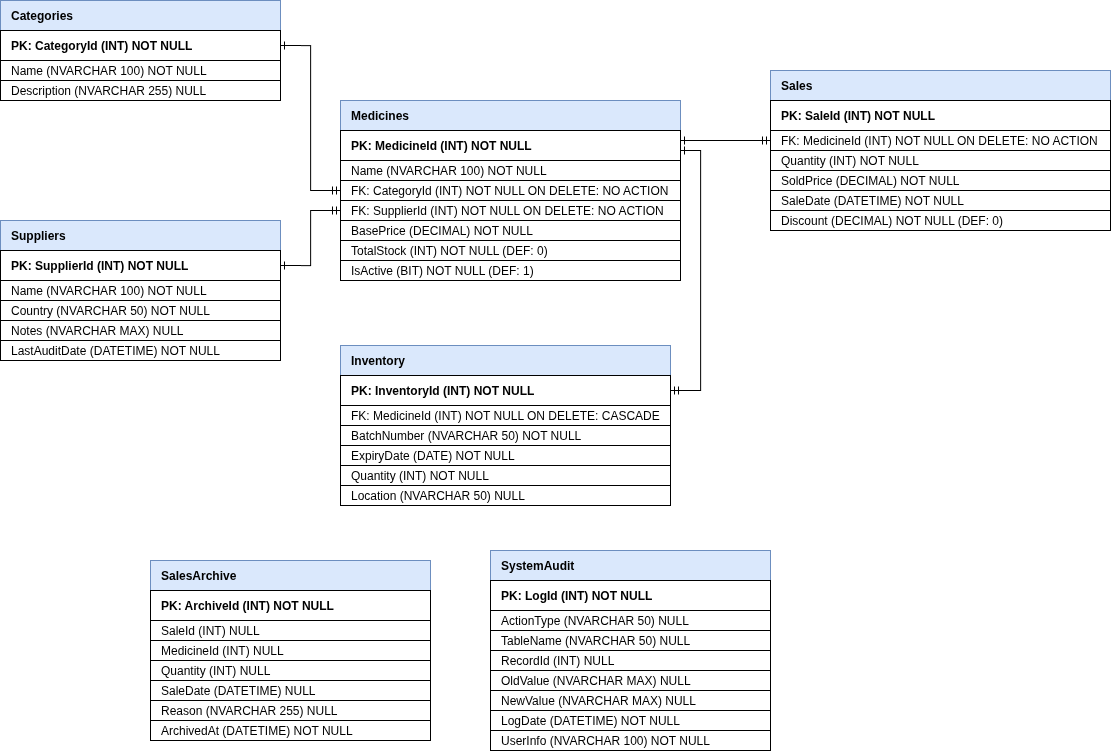
Earlier version of the draw.io export diagrams/Pharmacy_ERD_Simplified.drawio.png (NureSolokhaDanylo/PNET_Solokha_Danylo). Source tidied: cells renumbered, new cells last; positions are measured from the earlier drawing's top-left corner, leaving out a move shared by most shapes.
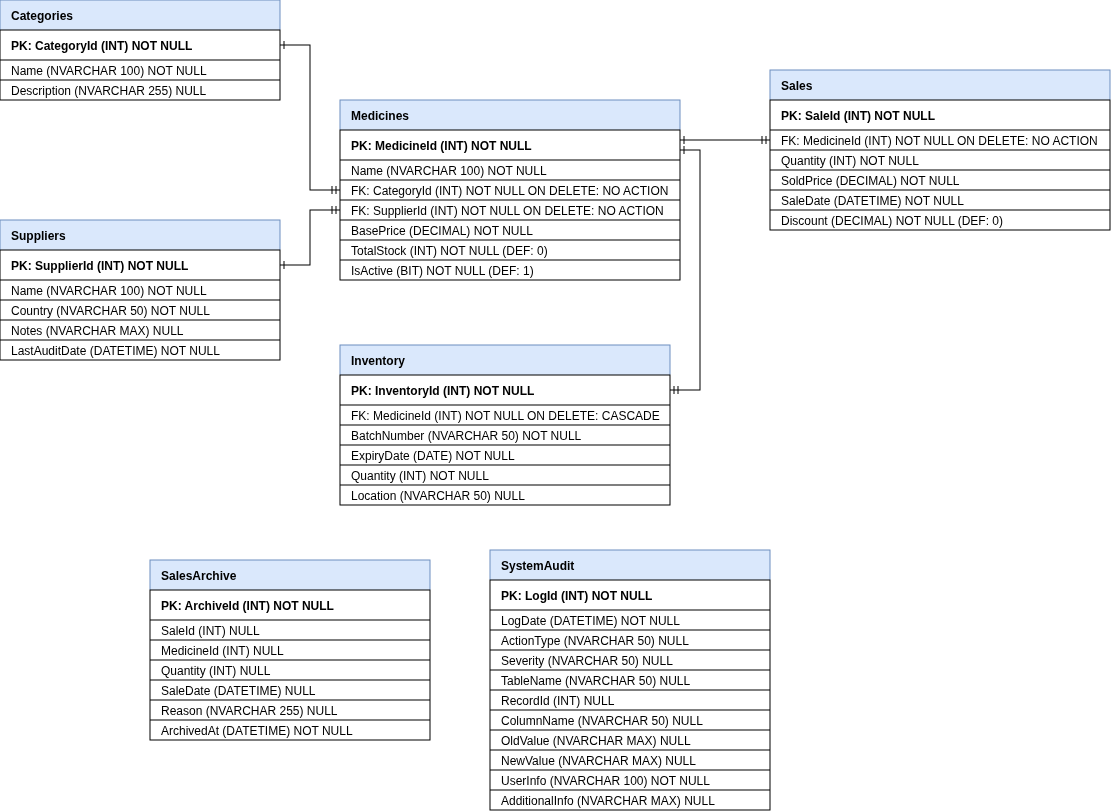
After the commit.

Change to the diagram source:
```diff
@@ -123,32 +123,41 @@
       <mxGeometry y="160" width="280" height="20" as="geometry" />
     </mxCell>
     <mxCell id="42" value="SystemAudit" style="shape=table;startSize=30;rowLines=0;fontStyle=1;strokeColor=#6c8ebf;fillColor=#dae8fc;horizontal=1;align=left;spacingLeft=9;" parent="1" vertex="1">
-      <mxGeometry x="490" y="550" width="280" height="200" as="geometry" />
+      <mxGeometry x="490" y="550" width="280" height="260" as="geometry" />
     </mxCell>
     <mxCell id="43" value="PK: LogId (INT) NOT NULL" style="shape=tableRow;horizontal=1;startSize=0;swimlaneHead=0;swimlaneBody=0;fillColor=none;fontSize=12;fontStyle=1;align=left;spacingLeft=9;" parent="42" vertex="1">
       <mxGeometry y="30" width="280" height="30" as="geometry" />
     </mxCell>
+    <mxCell id="49" value="LogDate (DATETIME) NOT NULL" style="shape=tableRow;horizontal=1;startSize=0;swimlaneHead=0;swimlaneBody=0;fillColor=none;fontSize=12;align=left;spacingLeft=9;" parent="42" vertex="1">
+      <mxGeometry y="60" width="280" height="20" as="geometry" />
+    </mxCell>
     <mxCell id="44" value="ActionType (NVARCHAR 50) NULL" style="shape=tableRow;horizontal=1;startSize=0;swimlaneHead=0;swimlaneBody=0;fillColor=none;fontSize=12;align=left;spacingLeft=9;" parent="42" vertex="1">
-      <mxGeometry y="60" width="280" height="20" as="geometry" />
+      <mxGeometry y="80" width="280" height="20" as="geometry" />
     </mxCell>
+    <mxCell id="55" value="Severity (NVARCHAR 50) NULL" style="shape=tableRow;horizontal=1;startSize=0;swimlaneHead=0;swimlaneBody=0;fillColor=none;fontSize=12;align=left;spacingLeft=9;" parent="42" vertex="1">
+      <mxGeometry y="100" width="280" height="20" as="geometry" />
+    </mxCell>
     <mxCell id="45" value="TableName (NVARCHAR 50) NULL" style="shape=tableRow;horizontal=1;startSize=0;swimlaneHead=0;swimlaneBody=0;fillColor=none;fontSize=12;align=left;spacingLeft=9;" parent="42" vertex="1">
-      <mxGeometry y="80" width="280" height="20" as="geometry" />
+      <mxGeometry y="120" width="280" height="20" as="geometry" />
     </mxCell>
     <mxCell id="46" value="RecordId (INT) NULL" style="shape=tableRow;horizontal=1;startSize=0;swimlaneHead=0;swimlaneBody=0;fillColor=none;fontSize=12;align=left;spacingLeft=9;" parent="42" vertex="1">
-      <mxGeometry y="100" width="280" height="20" as="geometry" />
+      <mxGeometry y="140" width="280" height="20" as="geometry" />
     </mxCell>
+    <mxCell id="56" value="ColumnName (NVARCHAR 50) NULL" style="shape=tableRow;horizontal=1;startSize=0;swimlaneHead=0;swimlaneBody=0;fillColor=none;fontSize=12;align=left;spacingLeft=9;" parent="42" vertex="1">
+      <mxGeometry y="160" width="280" height="20" as="geometry" />
+    </mxCell>
     <mxCell id="47" value="OldValue (NVARCHAR MAX) NULL" style="shape=tableRow;horizontal=1;startSize=0;swimlaneHead=0;swimlaneBody=0;fillColor=none;fontSize=12;align=left;spacingLeft=9;" parent="42" vertex="1">
-      <mxGeometry y="120" width="280" height="20" as="geometry" />
+      <mxGeometry y="180" width="280" height="20" as="geometry" />
     </mxCell>
     <mxCell id="48" value="NewValue (NVARCHAR MAX) NULL" style="shape=tableRow;horizontal=1;startSize=0;swimlaneHead=0;swimlaneBody=0;fillColor=none;fontSize=12;align=left;spacingLeft=9;" parent="42" vertex="1">
-      <mxGeometry y="140" width="280" height="20" as="geometry" />
+      <mxGeometry y="200" width="280" height="20" as="geometry" />
     </mxCell>
-    <mxCell id="49" value="LogDate (DATETIME) NOT NULL" style="shape=tableRow;horizontal=1;startSize=0;swimlaneHead=0;swimlaneBody=0;fillColor=none;fontSize=12;align=left;spacingLeft=9;" parent="42" vertex="1">
-      <mxGeometry y="160" width="280" height="20" as="geometry" />
-    </mxCell>
     <mxCell id="50" value="UserInfo (NVARCHAR 100) NOT NULL" style="shape=tableRow;horizontal=1;startSize=0;swimlaneHead=0;swimlaneBody=0;fillColor=none;fontSize=12;align=left;spacingLeft=9;" parent="42" vertex="1">
-      <mxGeometry y="180" width="280" height="20" as="geometry" />
+      <mxGeometry y="220" width="280" height="20" as="geometry" />
     </mxCell>
+    <mxCell id="57" value="AdditionalInfo (NVARCHAR MAX) NULL" style="shape=tableRow;horizontal=1;startSize=0;swimlaneHead=0;swimlaneBody=0;fillColor=none;fontSize=12;align=left;spacingLeft=9;" parent="42" vertex="1">
+      <mxGeometry y="240" width="280" height="20" as="geometry" />
+    </mxCell>
     <mxCell id="51" style="edgeStyle=orthogonalEdgeStyle;rounded=0;jettySize=auto;html=1;exitX=0;exitY=0.5;exitDx=0;exitDy=0;entryX=1;entryY=0.5;entryDx=0;entryDy=0;startArrow=ERmandOne;startFill=0;endArrow=ERone;endFill=0;" parent="1" edge="1" source="15" target="3">
       <mxGeometry relative="1" as="geometry" />
     </mxCell>
```
